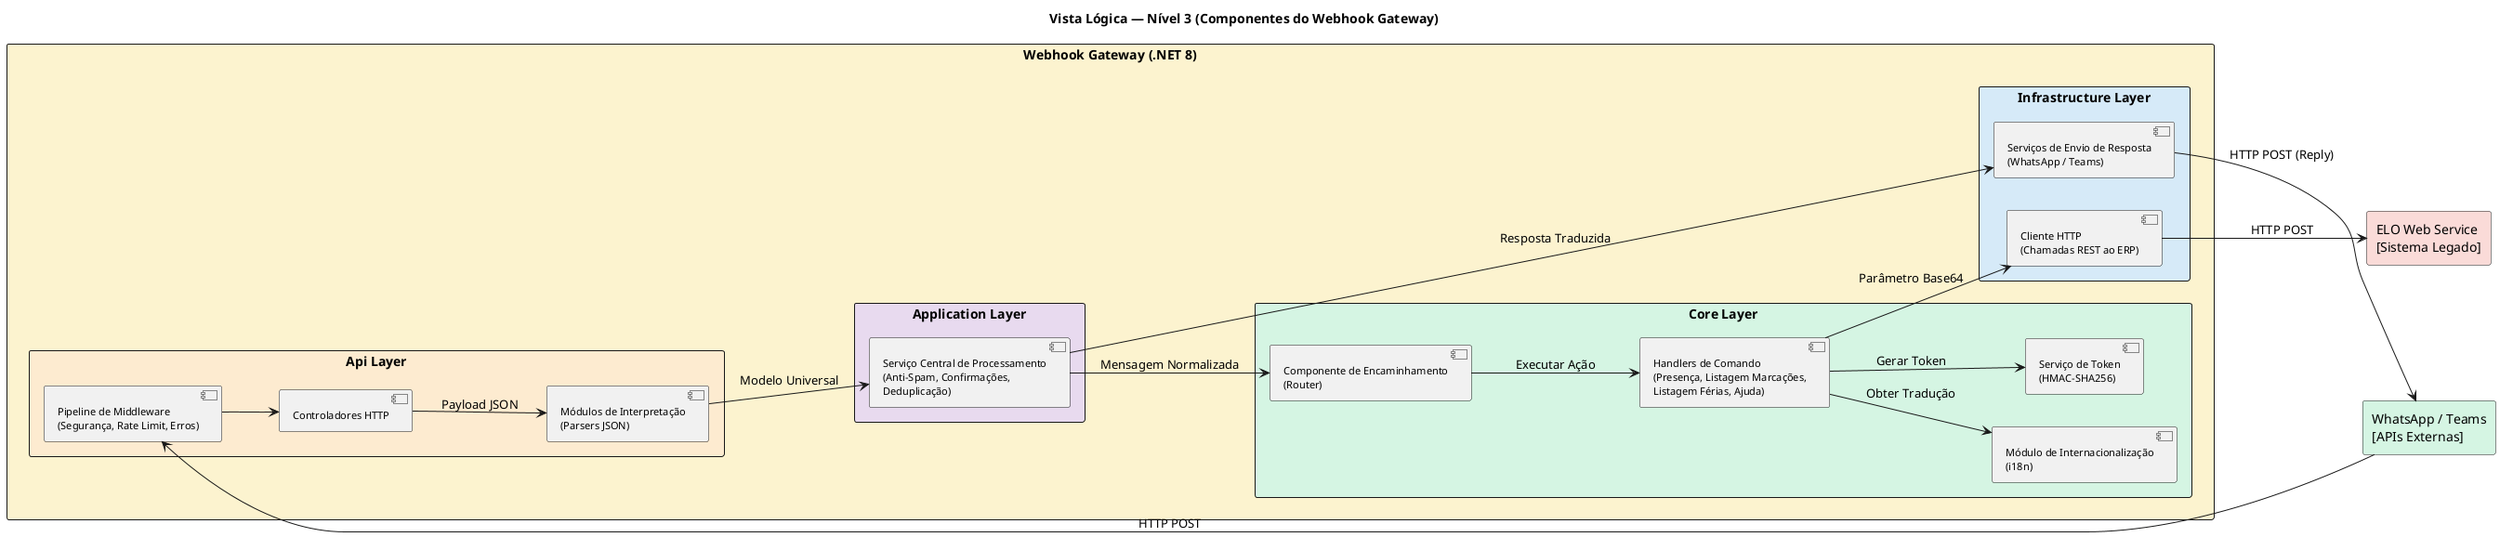
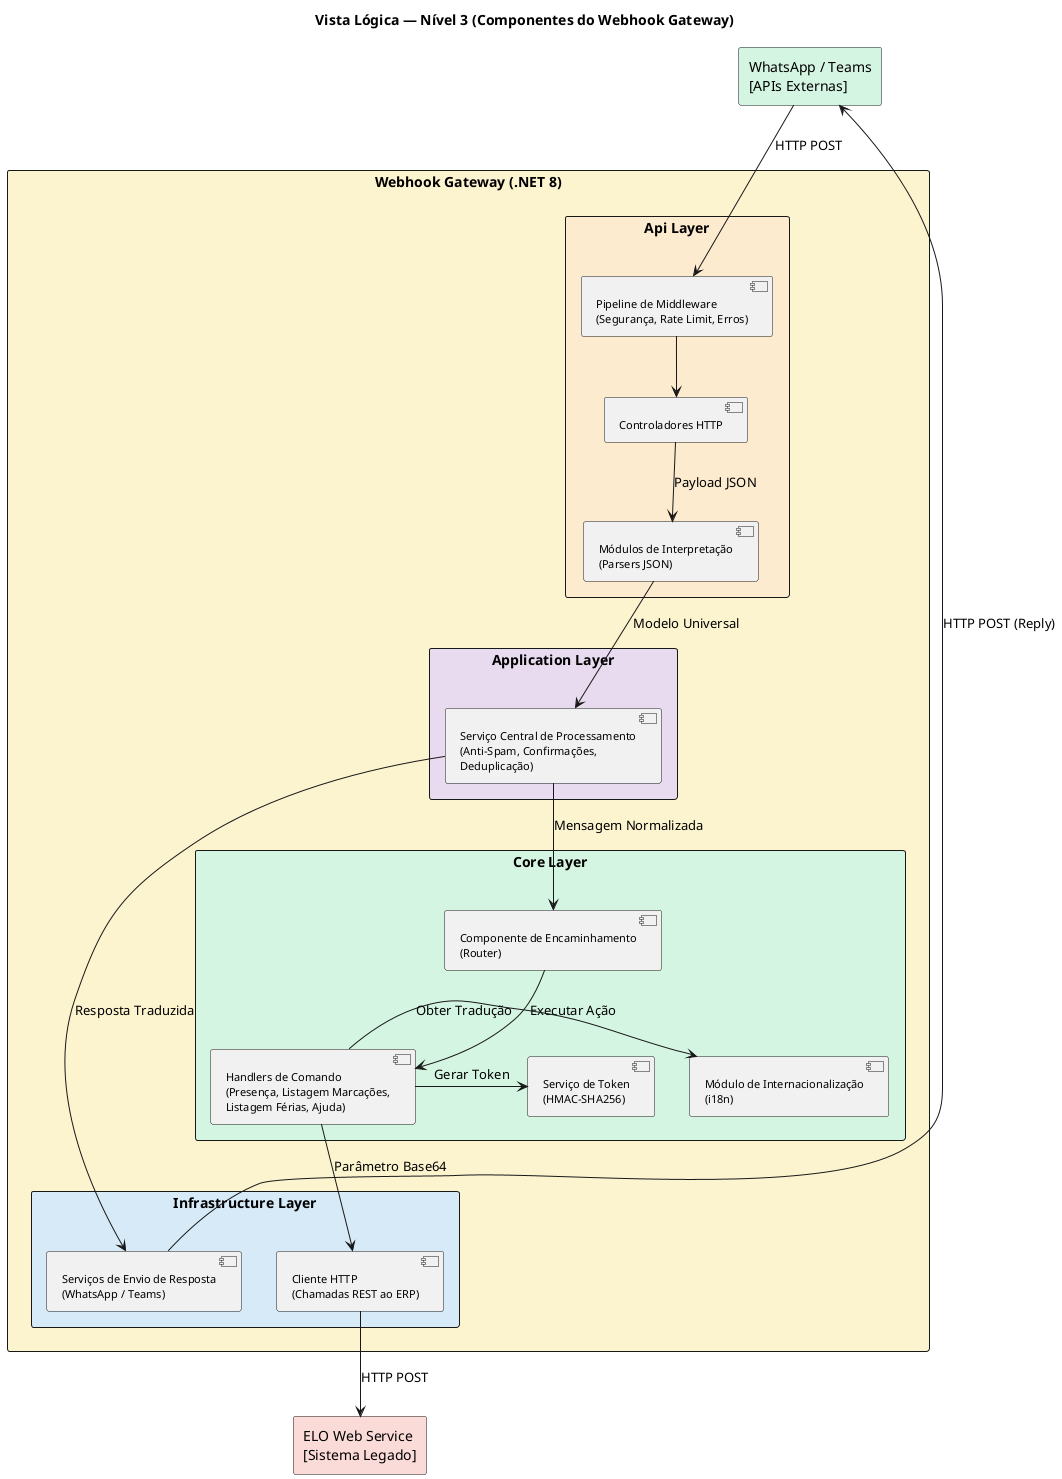
@startuml vista_logica_n3_componentes
skinparam backgroundColor #FFFFFF
skinparam shadowing false
skinparam defaultFontName "Segoe UI"
skinparam packageStyle rectangle
skinparam componentFontSize 11
- left to right direction
+ top to bottom direction

title Vista Lógica — Nível 3 (Componentes do Webhook Gateway)

' ─── Sistemas Externos ────────────────────────────────────
rectangle "WhatsApp / Teams\n[APIs Externas]" as apis_ext #D5F5E3
rectangle "ELO Web Service\n[Sistema Legado]" as elo_ext #FADBD8

' ─── Gateway Webhook (.NET 8) ─────────────────────────────
package "Webhook Gateway (.NET 8)" #FCF3CF {

    package "Api Layer" #FDEBD0 {
        component "Controladores HTTP" as ctrl
        component "Pipeline de Middleware\n(Segurança, Rate Limit, Erros)" as middleware
        component "Módulos de Interpretação\n(Parsers JSON)" as parsers
    }

    package "Application Layer" #E8DAEF {
        component "Serviço Central de Processamento\n(Anti-Spam, Confirmações,\nDeduplicação)" as mps
    }

    package "Core Layer" #D5F5E3 {
        component "Componente de Encaminhamento\n(Router)" as router
        component "Handlers de Comando\n(Presença, Listagem Marcações,\nListagem Férias, Ajuda)" as handlers
        component "Módulo de Internacionalização\n(i18n)" as localizer
        component "Serviço de Token\n(HMAC-SHA256)" as tokenSvc
    }

    package "Infrastructure Layer" #D6EAF8 {
        component "Cliente HTTP\n(Chamadas REST ao ERP)" as wsUtils
        component "Serviços de Envio de Resposta\n(WhatsApp / Teams)" as msgSvcs
    }
}

' ─── Fluxo Principal ──────────────────────────────────────
- apis_ext --> middleware : "HTTP POST"
- middleware --> ctrl
- ctrl --> parsers : "Payload JSON"
- parsers --> mps : "Modelo Universal"
+ apis_ext -down-> middleware : "HTTP POST"
+ middleware -down-> ctrl
+ ctrl -down-> parsers : "Payload JSON"
+ parsers -down-> mps : "Modelo Universal"

- mps --> router : "Mensagem Normalizada"
- router --> handlers : "Executar Ação"
+ mps -down-> router : "Mensagem Normalizada"
+ router -down-> handlers : "Executar Ação"

- handlers --> localizer : "Obter Tradução"
- handlers --> tokenSvc : "Gerar Token"
- handlers --> wsUtils : "Parâmetro Base64"
+ handlers -right-> localizer : "Obter Tradução"
+ handlers -right-> tokenSvc : "Gerar Token"
+ handlers -down-> wsUtils : "Parâmetro Base64"

- wsUtils --> elo_ext : "HTTP POST"
+ wsUtils -down-> elo_ext : "HTTP POST"

- mps --> msgSvcs : "Resposta Traduzida"
- msgSvcs --> apis_ext : "HTTP POST (Reply)"
+ mps -right-> msgSvcs : "Resposta Traduzida"
+ msgSvcs -up-> apis_ext : "HTTP POST (Reply)"

@enduml
